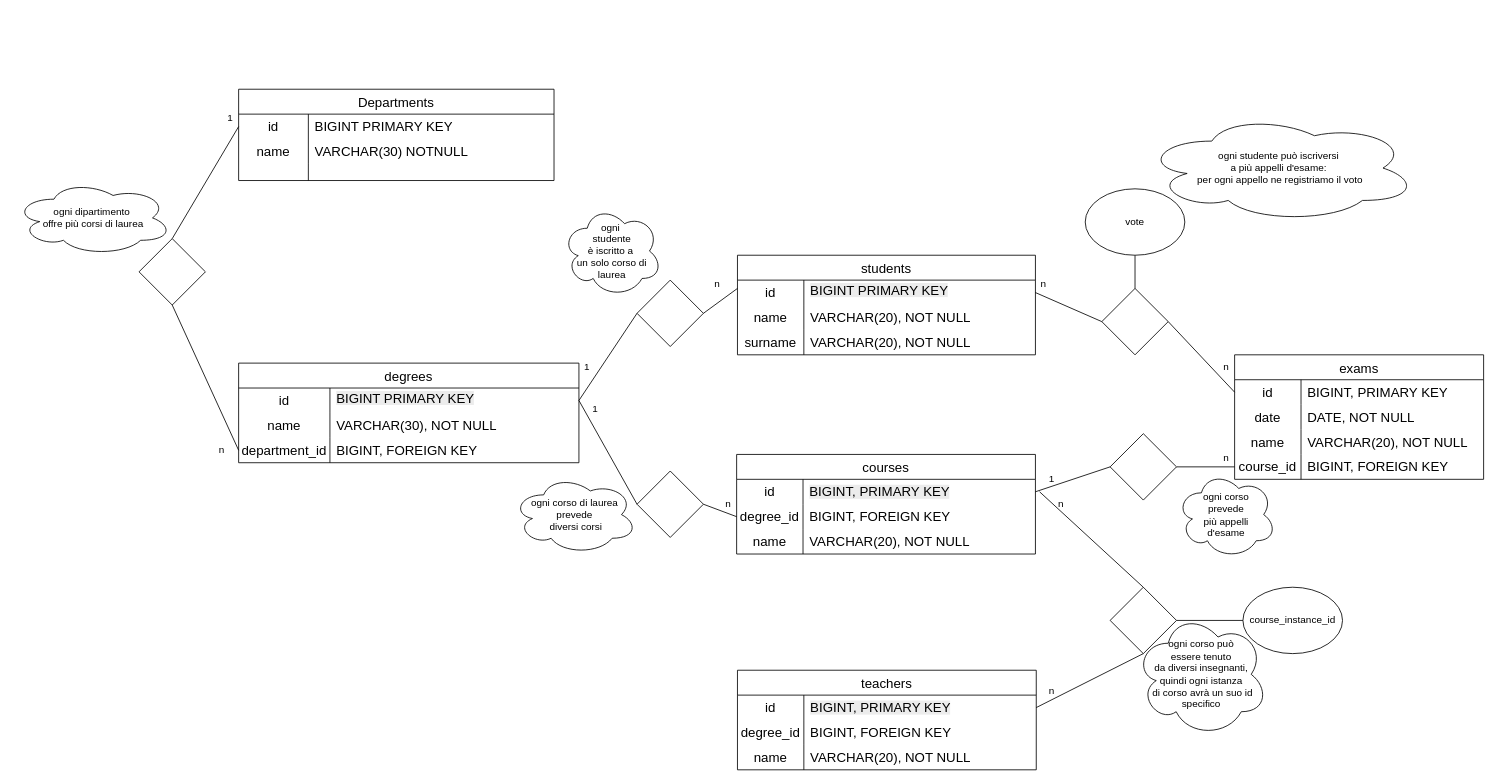
This is Diagramma senza titolo.drawio from DamianoMura/db-university, a draw.io file, before an edit. Source tidied: cells renumbered, new cells numbered last; positions are measured from the earlier drawing's top-left corner, leaving out a move shared by most shapes. Both pictures are drawn from the tidied source at 83%, with x=0, y=0 at pixel (14, 89).
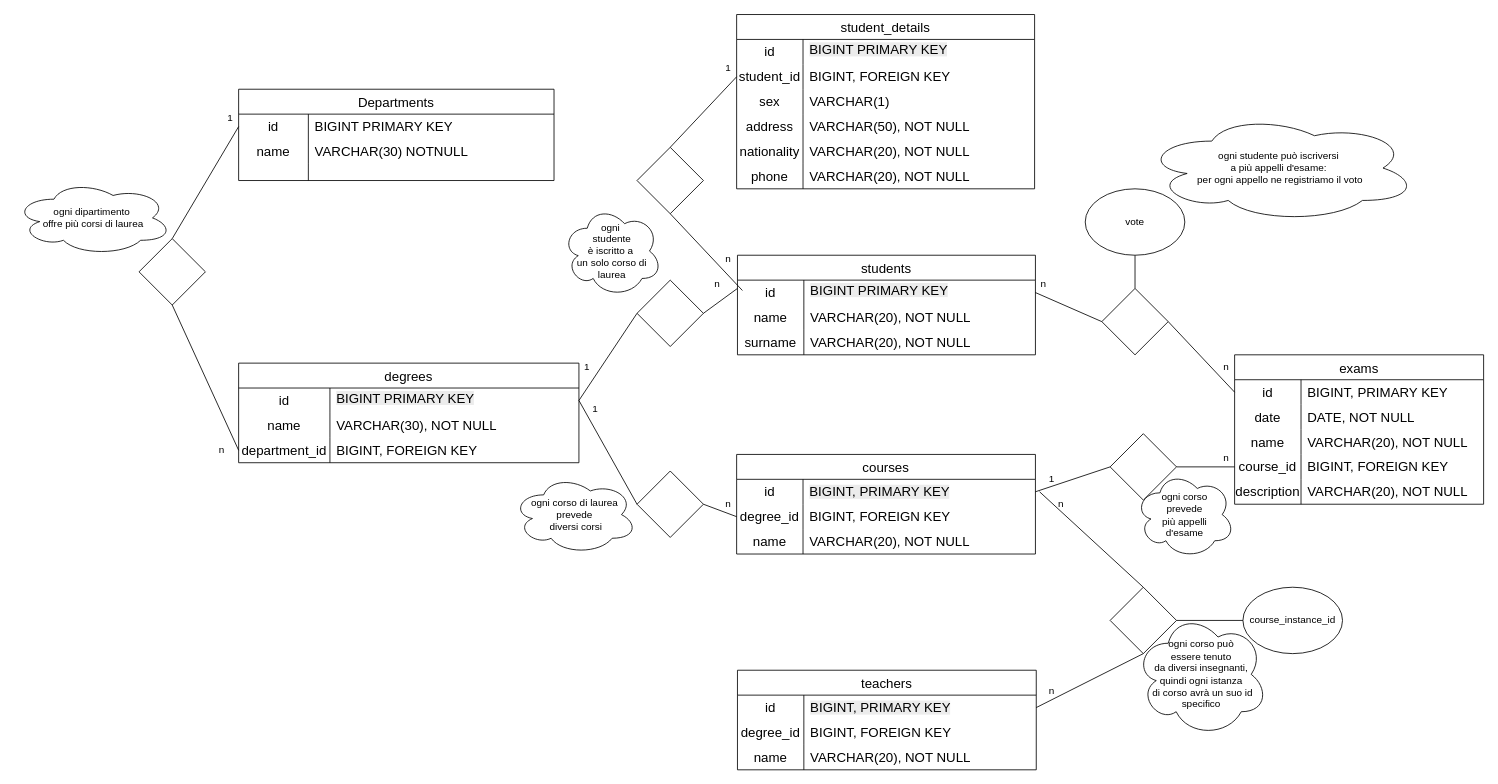
After the change.

Commit message:
[add] student_details TABLE

The change refers to these unchanged cells:
```xml
<mxCell id="51" value="n" style="text;html=1;align=center;verticalAlign=middle;whiteSpace=wrap;rounded=0;" parent="1" vertex="1">
  <mxGeometry x="817" y="220" width="60" height="30" as="geometry" />
</mxCell>
```

Change to the diagram source:
```diff
@@
     <mxCell id="65" value="exams" style="shape=table;startSize=30;childLayout=tableLayout;rowLines=0;fontStyle=0;strokeColor=default;fontSize=16;" parent="1" vertex="1">
-      <mxGeometry x="1470" y="320" width="300" height="150" as="geometry" />
+      <mxGeometry x="1470" y="320" width="300" height="180" as="geometry" />
     </mxCell>
@@
+    <mxCell id="106" style="shape=tableRow;horizontal=0;startSize=0;swimlaneHead=0;swimlaneBody=0;top=0;left=0;bottom=0;right=0;fillColor=none;strokeColor=inherit;fontSize=16;" parent="65" vertex="1">
+      <mxGeometry y="150" width="300" height="30" as="geometry" />
+    </mxCell>
+    <mxCell id="107" value="description" style="shape=partialRectangle;html=1;whiteSpace=wrap;fillColor=none;top=0;left=0;bottom=0;right=0;overflow=hidden;strokeColor=inherit;fontSize=16;" parent="106" vertex="1">
+      <mxGeometry width="80" height="30" as="geometry" />
+    </mxCell>
+    <mxCell id="108" value="VARCHAR(20), NOT NULL" style="shape=partialRectangle;html=1;whiteSpace=wrap;fillColor=none;top=0;left=0;bottom=0;right=0;align=left;spacingLeft=6;overflow=hidden;strokeColor=inherit;fontSize=16;" parent="106" vertex="1">
+      <mxGeometry x="80" width="220" height="30" as="geometry" />
+    </mxCell>
@@
     <mxCell id="86" value="ogni corso&lt;div&gt;prevede&lt;/div&gt;&lt;div&gt;più appelli&lt;/div&gt;&lt;div&gt;d'esame&lt;/div&gt;" style="ellipse;shape=cloud;whiteSpace=wrap;html=1;" parent="1" vertex="1">
-      <mxGeometry x="1400" y="460" width="120" height="105" as="geometry" />
+      <mxGeometry x="1350" y="460" width="120" height="105" as="geometry" />
     </mxCell>
@@
+    <mxCell id="109" value="student_details" style="shape=table;startSize=30;childLayout=tableLayout;rowLines=0;fontStyle=0;strokeColor=default;fontSize=16;" parent="1" vertex="1">
+      <mxGeometry x="870" y="-90" width="359" height="210" as="geometry" />
+    </mxCell>
+    <mxCell id="110" style="shape=tableRow;horizontal=0;startSize=0;swimlaneHead=0;swimlaneBody=0;top=0;left=0;bottom=0;right=0;fillColor=none;strokeColor=inherit;fontSize=16;" parent="109" vertex="1">
+      <mxGeometry y="30" width="359" height="30" as="geometry" />
+    </mxCell>
+    <mxCell id="111" value="id" style="shape=partialRectangle;html=1;whiteSpace=wrap;fillColor=none;top=0;left=0;bottom=0;right=0;overflow=hidden;strokeColor=inherit;fontSize=16;" parent="110" vertex="1">
+      <mxGeometry width="80" height="30" as="geometry" />
+    </mxCell>
+    <mxCell id="112" value="&lt;div&gt;&lt;span style=&quot;background-color: light-dark(rgb(236, 236, 236), rgb(34, 34, 34)); color: light-dark(rgb(0, 0, 0), rgb(237, 237, 237));&quot;&gt;BIGINT PRIMARY KEY&lt;/span&gt;&lt;/div&gt;&lt;div&gt;&lt;br&gt;&lt;/div&gt;" style="shape=partialRectangle;html=1;whiteSpace=wrap;fillColor=none;top=0;left=0;bottom=0;right=0;align=left;spacingLeft=6;overflow=hidden;strokeColor=inherit;fontSize=16;" parent="110" vertex="1">
+      <mxGeometry x="80" width="279" height="30" as="geometry" />
+    </mxCell>
+    <mxCell id="113" style="shape=tableRow;horizontal=0;startSize=0;swimlaneHead=0;swimlaneBody=0;top=0;left=0;bottom=0;right=0;fillColor=none;points=[[0,0.5],[1,0.5]];portConstraint=eastwest;strokeColor=inherit;fontSize=16;" parent="109" vertex="1">
+      <mxGeometry y="60" width="359" height="30" as="geometry" />
+    </mxCell>
+    <mxCell id="114" value="student_id" style="shape=partialRectangle;html=1;whiteSpace=wrap;fillColor=none;top=0;left=0;bottom=0;right=0;overflow=hidden;strokeColor=inherit;fontSize=16;" parent="113" vertex="1">
+      <mxGeometry width="80" height="30" as="geometry" />
+    </mxCell>
+    <mxCell id="115" value="BIGINT, FOREIGN KEY" style="shape=partialRectangle;html=1;whiteSpace=wrap;fillColor=none;top=0;left=0;bottom=0;right=0;align=left;spacingLeft=6;overflow=hidden;strokeColor=inherit;fontSize=16;" parent="113" vertex="1">
+      <mxGeometry x="80" width="279" height="30" as="geometry" />
+    </mxCell>
+    <mxCell id="116" style="shape=tableRow;horizontal=0;startSize=0;swimlaneHead=0;swimlaneBody=0;top=0;left=0;bottom=0;right=0;fillColor=none;strokeColor=inherit;fontSize=16;" parent="109" vertex="1">
+      <mxGeometry y="90" width="359" height="30" as="geometry" />
+    </mxCell>
+    <mxCell id="117" value="sex" style="shape=partialRectangle;html=1;whiteSpace=wrap;fillColor=none;top=0;left=0;bottom=0;right=0;overflow=hidden;strokeColor=inherit;fontSize=16;" parent="116" vertex="1">
+      <mxGeometry width="80" height="30" as="geometry" />
+    </mxCell>
+    <mxCell id="118" value="VARCHAR(1)" style="shape=partialRectangle;html=1;whiteSpace=wrap;fillColor=none;top=0;left=0;bottom=0;right=0;align=left;spacingLeft=6;overflow=hidden;strokeColor=inherit;fontSize=16;" parent="116" vertex="1">
+      <mxGeometry x="80" width="279" height="30" as="geometry" />
+    </mxCell>
+    <mxCell id="119" style="shape=tableRow;horizontal=0;startSize=0;swimlaneHead=0;swimlaneBody=0;top=0;left=0;bottom=0;right=0;fillColor=none;strokeColor=inherit;fontSize=16;" parent="109" vertex="1">
+      <mxGeometry y="120" width="359" height="30" as="geometry" />
+    </mxCell>
+    <mxCell id="120" value="address" style="shape=partialRectangle;html=1;whiteSpace=wrap;fillColor=none;top=0;left=0;bottom=0;right=0;overflow=hidden;strokeColor=inherit;fontSize=16;" parent="119" vertex="1">
+      <mxGeometry width="80" height="30" as="geometry" />
+    </mxCell>
+    <mxCell id="121" value="VARCHAR(50), NOT NULL" style="shape=partialRectangle;html=1;whiteSpace=wrap;fillColor=none;top=0;left=0;bottom=0;right=0;align=left;spacingLeft=6;overflow=hidden;strokeColor=inherit;fontSize=16;" parent="119" vertex="1">
+      <mxGeometry x="80" width="279" height="30" as="geometry" />
+    </mxCell>
+    <mxCell id="122" style="shape=tableRow;horizontal=0;startSize=0;swimlaneHead=0;swimlaneBody=0;top=0;left=0;bottom=0;right=0;fillColor=none;strokeColor=inherit;fontSize=16;" parent="109" vertex="1">
+      <mxGeometry y="150" width="359" height="30" as="geometry" />
+    </mxCell>
+    <mxCell id="123" value="nationality" style="shape=partialRectangle;html=1;whiteSpace=wrap;fillColor=none;top=0;left=0;bottom=0;right=0;overflow=hidden;strokeColor=inherit;fontSize=16;" parent="122" vertex="1">
+      <mxGeometry width="80" height="30" as="geometry" />
+    </mxCell>
+    <mxCell id="124" value="VARCHAR(20), NOT NULL" style="shape=partialRectangle;html=1;whiteSpace=wrap;fillColor=none;top=0;left=0;bottom=0;right=0;align=left;spacingLeft=6;overflow=hidden;strokeColor=inherit;fontSize=16;" parent="122" vertex="1">
+      <mxGeometry x="80" width="279" height="30" as="geometry" />
+    </mxCell>
+    <mxCell id="125" style="shape=tableRow;horizontal=0;startSize=0;swimlaneHead=0;swimlaneBody=0;top=0;left=0;bottom=0;right=0;fillColor=none;strokeColor=inherit;fontSize=16;" parent="109" vertex="1">
+      <mxGeometry y="180" width="359" height="30" as="geometry" />
+    </mxCell>
+    <mxCell id="126" value="phone" style="shape=partialRectangle;html=1;whiteSpace=wrap;fillColor=none;top=0;left=0;bottom=0;right=0;overflow=hidden;strokeColor=inherit;fontSize=16;" parent="125" vertex="1">
+      <mxGeometry width="80" height="30" as="geometry" />
+    </mxCell>
+    <mxCell id="127" value="VARCHAR(20), NOT NULL" style="shape=partialRectangle;html=1;whiteSpace=wrap;fillColor=none;top=0;left=0;bottom=0;right=0;align=left;spacingLeft=6;overflow=hidden;strokeColor=inherit;fontSize=16;" parent="125" vertex="1">
+      <mxGeometry x="80" width="279" height="30" as="geometry" />
+    </mxCell>
+    <mxCell id="128" style="rhombus;whiteSpace=wrap;html=1;" parent="1" vertex="1">
+      <mxGeometry x="750" y="70" width="80" height="80" as="geometry" />
+    </mxCell>
+    <mxCell id="129" style="endArrow=none;html=1;rounded=0;entryX=0;entryY=0.5;entryDx=0;entryDy=0;exitX=0.5;exitY=0;exitDx=0;exitDy=0;" parent="1" edge="1" source="128" target="113">
+      <mxGeometry relative="1" as="geometry" />
+    </mxCell>
+    <mxCell id="130" style="endArrow=none;html=1;rounded=0;entryX=0.5;entryY=1;entryDx=0;entryDy=0;exitX=1;exitY=0.75;exitDx=0;exitDy=0;" parent="1" edge="1" source="51" target="128">
+      <mxGeometry relative="1" as="geometry" />
+    </mxCell>
+    <mxCell id="131" value="n" style="text;html=1;align=center;verticalAlign=middle;whiteSpace=wrap;rounded=0;" parent="1" vertex="1">
+      <mxGeometry x="830" y="190" width="60" height="30" as="geometry" />
+    </mxCell>
+    <mxCell id="132" value="1" style="text;html=1;align=center;verticalAlign=middle;whiteSpace=wrap;rounded=0;" parent="1" vertex="1">
+      <mxGeometry x="830" y="-40" width="60" height="30" as="geometry" />
+    </mxCell>
```
